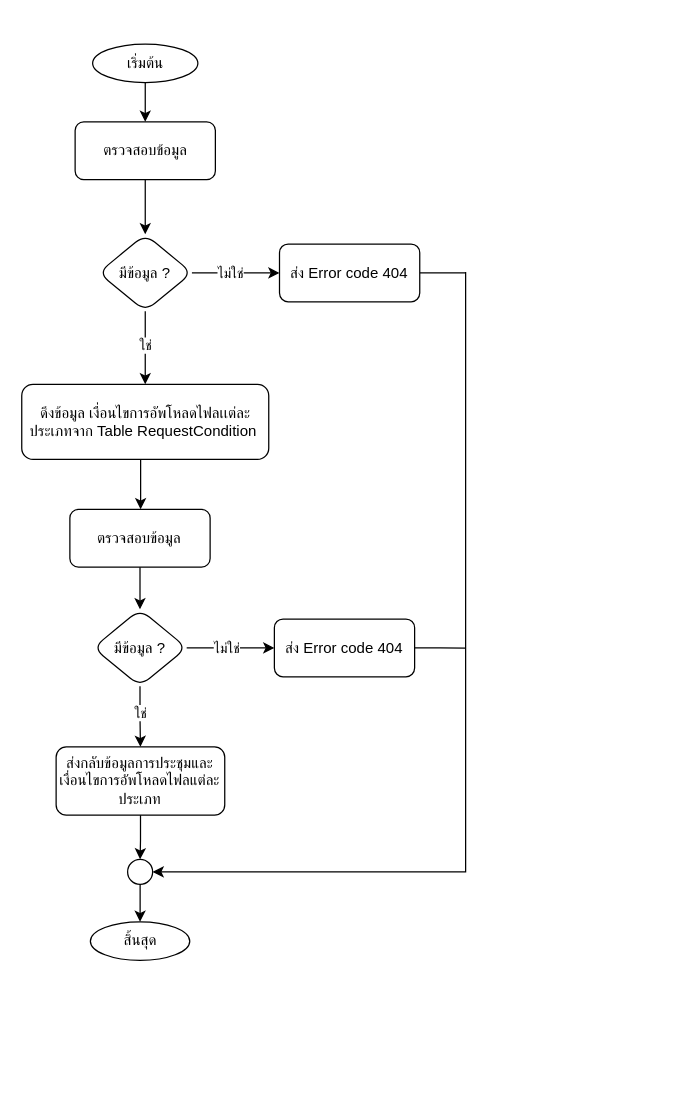
This is meetingInfo.drawio from charifrodmanee/charifrodmanee, a draw.io file, before an edit. Source tidied: cells renumbered, new cells numbered last; positions are measured from the earlier drawing's top-left corner, leaving out a move shared by most shapes. Both pictures are drawn from the tidied source at 125%, with x=0, y=0 at pixel (21, 44).
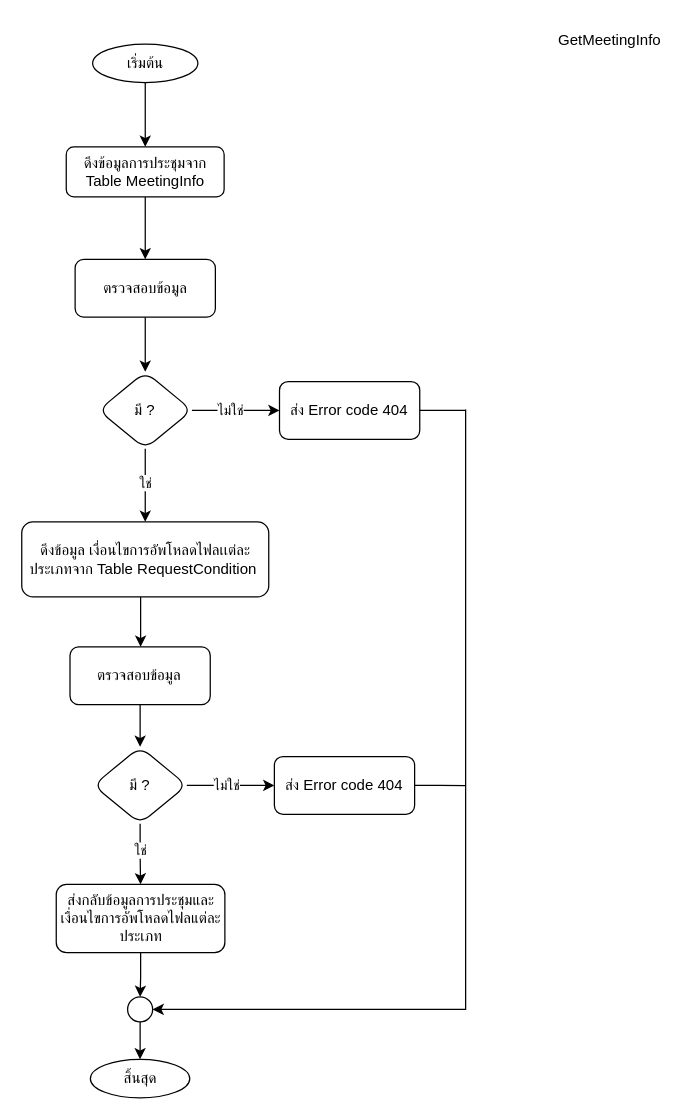
After the change.

Unchanged cells that the change refers to:
```xml
<mxCell id="3" value="เริ่มต้น" style="ellipse;whiteSpace=wrap;html=1;rounded=1;glass=0;strokeWidth=1;shadow=0;" parent="1" vertex="1">
  <mxGeometry x="56.6" y="-0.3" width="84.2" height="30.8" as="geometry" />
</mxCell>
```

Diff of the diagram source:
```diff
@@
-    <mxCell id="2" style="edgeStyle=orthogonalEdgeStyle;rounded=0;jettySize=auto;html=1;endArrow=classic;endFill=1;" parent="1" edge="1" source="3" target="5">
-      <mxGeometry relative="1" as="geometry" />
-    </mxCell>
+    <mxCell id="29" style="edgeStyle=orthogonalEdgeStyle;rounded=0;jettySize=auto;html=1;endArrow=classic;endFill=1;" parent="1" edge="1" source="3" target="33">
+      <mxGeometry relative="1" as="geometry" />
+    </mxCell>
@@
+    <mxCell id="30" value="GetMeetingInfo" style="text;html=1;align=center;verticalAlign=middle;strokeColor=none;fillColor=none;" parent="1" vertex="1">
+      <mxGeometry x="415" y="-18" width="110" height="30" as="geometry" />
+    </mxCell>
+    <mxCell id="31" style="group;" parent="1" vertex="1">
+      <mxGeometry x="-0.1" y="172" width="355.1" height="670.8" as="geometry" />
+    </mxCell>
-    <mxCell id="4" style="edgeStyle=orthogonalEdgeStyle;rounded=0;jettySize=auto;html=1;endArrow=classic;endFill=1;entryX=0.5;entryY=0;entryDx=0;entryDy=0;" parent="1" edge="1" target="26">
+    <mxCell id="4" style="edgeStyle=orthogonalEdgeStyle;rounded=0;jettySize=auto;html=1;endArrow=classic;endFill=1;entryX=0.5;entryY=0;entryDx=0;entryDy=0;" parent="31" edge="1" target="26">
       <mxGeometry relative="1" as="geometry">
-        <mxPoint x="355" y="182" as="sourcePoint" />
+        <mxPoint x="355.1" y="120" as="sourcePoint" />
         <Array as="points">
-          <mxPoint x="355" y="662" />
+          <mxPoint x="355.1" y="600" />
         </Array>
       </mxGeometry>
     </mxCell>
-    <mxCell id="5" value="ตรวจสอบข้อมูล" style="whiteSpace=wrap;html=1;rounded=1;" parent="1" vertex="1">
-      <mxGeometry x="42.6" y="62" width="112.2" height="46.2" as="geometry" />
+    <mxCell id="5" value="ตรวจสอบข้อมูล" style="whiteSpace=wrap;html=1;rounded=1;" parent="31" vertex="1">
+      <mxGeometry x="42.7" width="112.2" height="46.2" as="geometry" />
     </mxCell>
-    <mxCell id="6" value="มีข้อมูล ?" style="rhombus;whiteSpace=wrap;html=1;rounded=1;" parent="1" vertex="1">
-      <mxGeometry x="61.3" y="152" width="74.8" height="61.5" as="geometry" />
+    <mxCell id="6" value="มี ?" style="rhombus;whiteSpace=wrap;html=1;rounded=1;" parent="31" vertex="1">
+      <mxGeometry x="61.4" y="90" width="74.8" height="61.5" as="geometry" />
     </mxCell>
-    <mxCell id="7" style="edgeStyle=orthogonalEdgeStyle;rounded=0;jettySize=auto;html=1;endArrow=classic;endFill=1;" parent="1" edge="1" source="5" target="6">
+    <mxCell id="7" style="edgeStyle=orthogonalEdgeStyle;rounded=0;jettySize=auto;html=1;endArrow=classic;endFill=1;" parent="31" edge="1" source="5" target="6">
       <mxGeometry relative="1" as="geometry" />
     </mxCell>
-    <mxCell id="8" style="edgeStyle=orthogonalEdgeStyle;rounded=0;jettySize=auto;html=1;endArrow=none;endFill=0;" parent="1" edge="1" source="9">
+    <mxCell id="8" style="edgeStyle=orthogonalEdgeStyle;rounded=0;jettySize=auto;html=1;endArrow=none;endFill=0;" parent="31" edge="1" source="9">
       <mxGeometry relative="1" as="geometry">
-        <mxPoint x="355" y="182.8" as="targetPoint" />
+        <mxPoint x="355.1" y="120.8" as="targetPoint" />
       </mxGeometry>
     </mxCell>
-    <mxCell id="9" value="ส่ง Error code 404" style="whiteSpace=wrap;html=1;rounded=1;" parent="1" vertex="1">
-      <mxGeometry x="206.1" y="159.7" width="112.2" height="46.2" as="geometry" />
+    <mxCell id="9" value="ส่ง Error code 404" style="whiteSpace=wrap;html=1;rounded=1;" parent="31" vertex="1">
+      <mxGeometry x="206.2" y="97.7" width="112.2" height="46.2" as="geometry" />
     </mxCell>
-    <mxCell id="10" style="edgeStyle=orthogonalEdgeStyle;rounded=0;jettySize=auto;html=1;entryX=0;entryY=0.5;entryDx=0;entryDy=0;endArrow=classic;endFill=1;" parent="1" edge="1" source="6" target="9">
+    <mxCell id="10" style="edgeStyle=orthogonalEdgeStyle;rounded=0;jettySize=auto;html=1;entryX=0;entryY=0.5;entryDx=0;entryDy=0;endArrow=classic;endFill=1;" parent="31" edge="1" source="6" target="9">
       <mxGeometry relative="1" as="geometry" />
     </mxCell>
@@
-    <mxCell id="12" value="ใช่" style="edgeStyle=orthogonalEdgeStyle;rounded=0;jettySize=auto;html=1;endArrow=classic;endFill=1;" parent="1" edge="1" source="6" target="14">
+    <mxCell id="12" value="ใช่" style="edgeStyle=orthogonalEdgeStyle;rounded=0;jettySize=auto;html=1;endArrow=classic;endFill=1;" parent="31" edge="1" source="6" target="14">
       <mxGeometry x="-0.08" relative="1" as="geometry" />
     </mxCell>
-    <mxCell id="13" style="edgeStyle=orthogonalEdgeStyle;rounded=0;jettySize=auto;html=1;endArrow=classic;endFill=1;" parent="1" edge="1" source="14" target="15">
-      <mxGeometry relative="1" as="geometry">
-        <Array as="points">
-          <mxPoint x="95" y="352" />
-          <mxPoint x="95" y="352" />
-        </Array>
-      </mxGeometry>
-    </mxCell>
-    <mxCell id="14" value="ดึงข้อมูล เงื่อนไขการอัพโหลดไฟลเเต่ละประเภทจาก Table RequestCondition&amp;nbsp;" style="whiteSpace=wrap;html=1;rounded=1;" parent="1" vertex="1">
-      <mxGeometry x="-0.1" y="272" width="197.6" height="60" as="geometry" />
+    <mxCell id="14" value="ดึงข้อมูล เงื่อนไขการอัพโหลดไฟลเเต่ละประเภทจาก Table RequestCondition&amp;nbsp;" style="whiteSpace=wrap;html=1;rounded=1;" parent="31" vertex="1">
+      <mxGeometry y="210" width="197.6" height="60" as="geometry" />
     </mxCell>
-    <mxCell id="15" value="ตรวจสอบข้อมูล" style="whiteSpace=wrap;html=1;rounded=1;" parent="1" vertex="1">
-      <mxGeometry x="38.4" y="372" width="112.2" height="46.2" as="geometry" />
+    <mxCell id="15" value="ตรวจสอบข้อมูล" style="whiteSpace=wrap;html=1;rounded=1;" parent="31" vertex="1">
+      <mxGeometry x="38.6" y="310" width="112.2" height="46.2" as="geometry" />
     </mxCell>
+    <mxCell id="13" style="edgeStyle=orthogonalEdgeStyle;rounded=0;jettySize=auto;html=1;endArrow=classic;endFill=1;" parent="31" edge="1" source="14" target="15">
+      <mxGeometry relative="1" as="geometry">
+        <Array as="points">
+          <mxPoint x="95.1" y="290" />
+          <mxPoint x="95.1" y="290" />
+        </Array>
+      </mxGeometry>
+    </mxCell>
-    <mxCell id="16" value="มีข้อมูล ?" style="rhombus;whiteSpace=wrap;html=1;rounded=1;" parent="1" vertex="1">
-      <mxGeometry x="57.1" y="452" width="74.8" height="61.5" as="geometry" />
+    <mxCell id="16" value="มี ?" style="rhombus;whiteSpace=wrap;html=1;rounded=1;" parent="31" vertex="1">
+      <mxGeometry x="57.3" y="390" width="74.8" height="61.5" as="geometry" />
     </mxCell>
-    <mxCell id="17" style="edgeStyle=orthogonalEdgeStyle;rounded=0;jettySize=auto;html=1;endArrow=classic;endFill=1;" parent="1" edge="1" source="15" target="16">
+    <mxCell id="17" style="edgeStyle=orthogonalEdgeStyle;rounded=0;jettySize=auto;html=1;endArrow=classic;endFill=1;" parent="31" edge="1" source="15" target="16">
       <mxGeometry relative="1" as="geometry" />
     </mxCell>
-    <mxCell id="18" style="edgeStyle=orthogonalEdgeStyle;rounded=0;jettySize=auto;html=1;endArrow=none;endFill=0;" parent="1" edge="1" source="19">
+    <mxCell id="18" style="edgeStyle=orthogonalEdgeStyle;rounded=0;jettySize=auto;html=1;endArrow=none;endFill=0;" parent="31" edge="1" source="19">
       <mxGeometry relative="1" as="geometry">
-        <mxPoint x="355" y="483" as="targetPoint" />
+        <mxPoint x="355.1" y="421" as="targetPoint" />
       </mxGeometry>
     </mxCell>
-    <mxCell id="19" value="ส่ง Error code 404" style="whiteSpace=wrap;html=1;rounded=1;" parent="1" vertex="1">
-      <mxGeometry x="202" y="459.7" width="112.2" height="46.2" as="geometry" />
+    <mxCell id="19" value="ส่ง Error code 404" style="whiteSpace=wrap;html=1;rounded=1;" parent="31" vertex="1">
+      <mxGeometry x="202.1" y="397.7" width="112.2" height="46.2" as="geometry" />
     </mxCell>
-    <mxCell id="20" style="edgeStyle=orthogonalEdgeStyle;rounded=0;jettySize=auto;html=1;entryX=0;entryY=0.5;entryDx=0;entryDy=0;endArrow=classic;endFill=1;" parent="1" edge="1" source="16" target="19">
+    <mxCell id="20" style="edgeStyle=orthogonalEdgeStyle;rounded=0;jettySize=auto;html=1;entryX=0;entryY=0.5;entryDx=0;entryDy=0;endArrow=classic;endFill=1;" parent="31" edge="1" source="16" target="19">
       <mxGeometry relative="1" as="geometry" />
     </mxCell>
@@
-    <mxCell id="22" value="ส่งกลับข้อมูลการประชุมและเงื่อนไขการอัพโหลดไฟลแต่ละประเภท" style="whiteSpace=wrap;html=1;rounded=1;" parent="1" vertex="1">
-      <mxGeometry x="27.4" y="562" width="134.9" height="54.6" as="geometry" />
+    <mxCell id="22" value="ส่งกลับข้อมูลการประชุมและเงื่อนไขการอัพโหลดไฟลแต่ละประเภท" style="whiteSpace=wrap;html=1;rounded=1;" parent="31" vertex="1">
+      <mxGeometry x="27.6" y="500" width="134.9" height="54.6" as="geometry" />
     </mxCell>
-    <mxCell id="23" style="edgeStyle=orthogonalEdgeStyle;rounded=0;jettySize=auto;html=1;endArrow=classic;endFill=1;entryX=0.5;entryY=0;entryDx=0;entryDy=0;" parent="1" edge="1" source="16" target="22">
+    <mxCell id="23" style="edgeStyle=orthogonalEdgeStyle;rounded=0;jettySize=auto;html=1;endArrow=classic;endFill=1;entryX=0.5;entryY=0;entryDx=0;entryDy=0;" parent="31" edge="1" source="16" target="22">
       <mxGeometry relative="1" as="geometry" />
     </mxCell>
@@
-    <mxCell id="25" style="edgeStyle=orthogonalEdgeStyle;rounded=0;jettySize=auto;html=1;entryX=0;entryY=0.5;entryDx=0;entryDy=0;" parent="1" edge="1" source="22" target="26">
+    <mxCell id="25" style="edgeStyle=orthogonalEdgeStyle;rounded=0;jettySize=auto;html=1;entryX=0;entryY=0.5;entryDx=0;entryDy=0;" parent="31" edge="1" source="22" target="26">
       <mxGeometry relative="1" as="geometry" />
     </mxCell>
-    <mxCell id="26" style="ellipse;whiteSpace=wrap;html=1;direction=south;" parent="1" vertex="1">
-      <mxGeometry x="84.6" y="652" width="20" height="20" as="geometry" />
+    <mxCell id="26" style="ellipse;whiteSpace=wrap;html=1;direction=south;" parent="31" vertex="1">
+      <mxGeometry x="84.7" y="590" width="20" height="20" as="geometry" />
     </mxCell>
-    <mxCell id="27" value="สิ้นสุด" style="ellipse;whiteSpace=wrap;html=1;rounded=1;glass=0;strokeWidth=1;shadow=0;" parent="1" vertex="1">
-      <mxGeometry x="54.8" y="702" width="79.5" height="30.8" as="geometry" />
+    <mxCell id="27" value="สิ้นสุด" style="ellipse;whiteSpace=wrap;html=1;rounded=1;glass=0;strokeWidth=1;shadow=0;" parent="31" vertex="1">
+      <mxGeometry x="54.9" y="640" width="79.5" height="30.8" as="geometry" />
     </mxCell>
-    <mxCell id="28" style="edgeStyle=orthogonalEdgeStyle;rounded=0;jettySize=auto;html=1;endArrow=classic;endFill=1;" parent="1" edge="1" source="26" target="27">
+    <mxCell id="28" style="edgeStyle=orthogonalEdgeStyle;rounded=0;jettySize=auto;html=1;endArrow=classic;endFill=1;" parent="31" edge="1" source="26" target="27">
       <mxGeometry relative="1" as="geometry" />
     </mxCell>
+    <mxCell id="32" style="edgeStyle=orthogonalEdgeStyle;rounded=0;jettySize=auto;html=1;endArrow=classic;endFill=1;" parent="1" edge="1" source="33" target="5">
+      <mxGeometry relative="1" as="geometry" />
+    </mxCell>
+    <mxCell id="33" value="ดึงข้อมูลการประชุมจาก Table MeetingInfo" style="rounded=1;whiteSpace=wrap;html=1;glass=0;strokeWidth=1;shadow=0;" parent="1" vertex="1">
+      <mxGeometry x="35.5" y="82" width="126.3" height="40" as="geometry" />
+    </mxCell>
```
